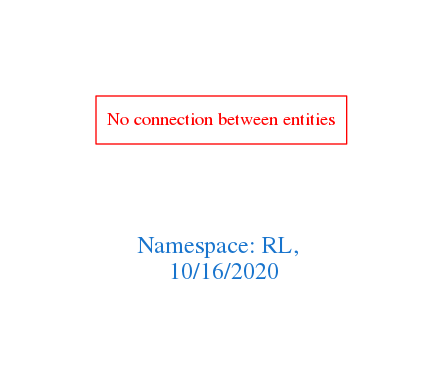
The Graphviz diagram downloads/RL.png in arago/OGIT, before a commit. Its source is kept beside it as downloads/RL.dot.
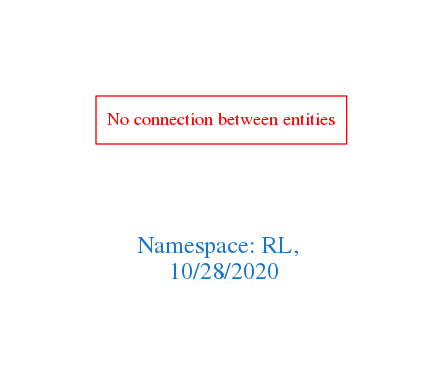
After the change.

Diff of the diagram source:
```diff
@@ -1,7 +1,7 @@
 digraph OGIT_ontology {
  graph [ rankdir= LR,pad=1
 fontsize = 18,
-fontcolor= dodgerblue3,label = "\n\n\nNamespace: RL, \n 10/16/2020"];
+fontcolor= dodgerblue3,label = "\n\n\nNamespace: RL, \n 10/28/2020"];
 node[shape=polygon];
 edge [  color="gray81"];
 
```
